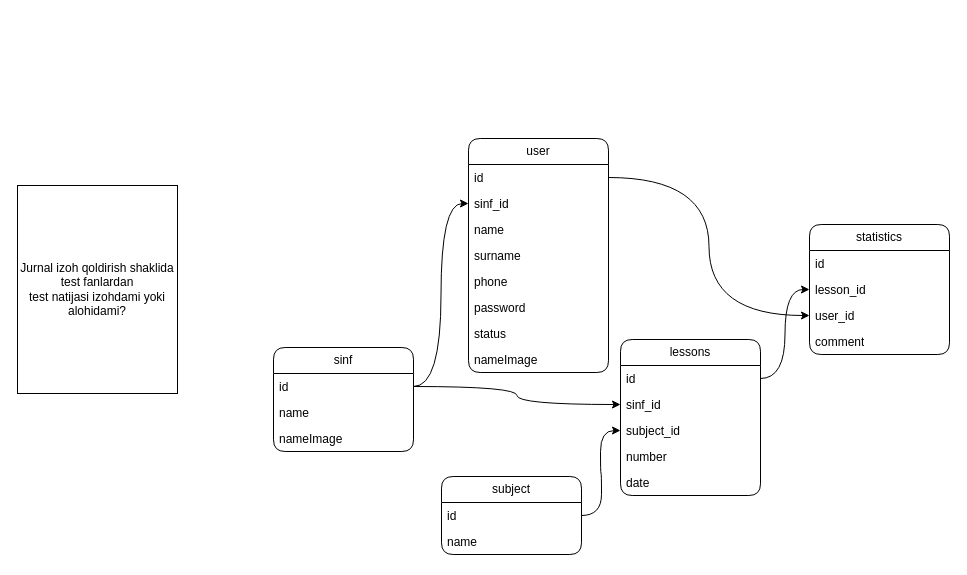
Earlier version of the draw.io diagram Ixlos.drawio (MardonAslonov/DrawIo). Source tidied: cells renumbered, new cells numbered last; positions are measured from the earlier drawing's top-left corner, leaving out a move shared by most shapes. Both pictures are drawn from the tidied source at 100%, with x=0, y=0 at pixel (17, 138).
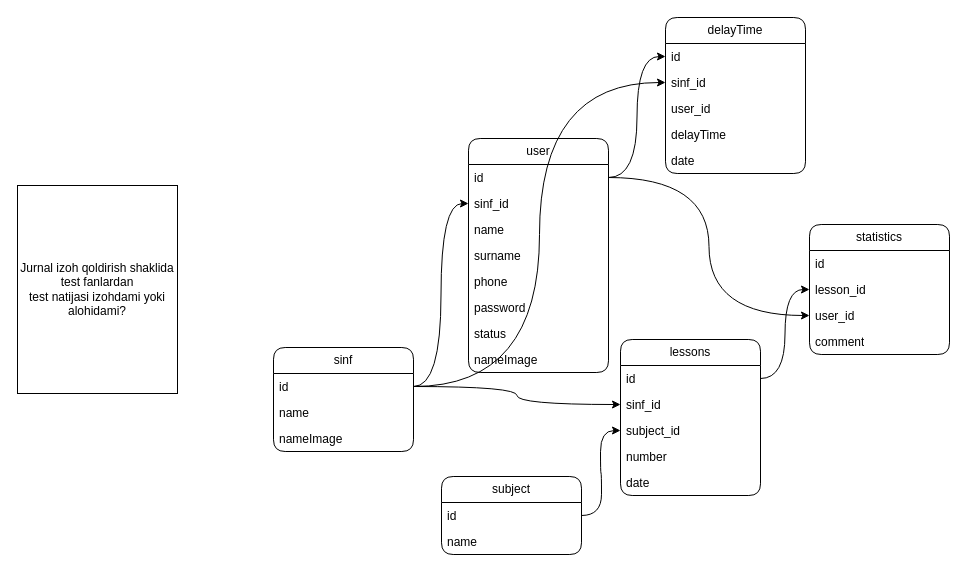
Above is the later version.

Unchanged cells that the change refers to:
```xml
<mxCell id="3" value="id" style="text;strokeColor=none;fillColor=none;align=left;verticalAlign=top;spacingLeft=4;spacingRight=4;overflow=hidden;points=[[0,0.5],[1,0.5]];portConstraint=eastwest;whiteSpace=wrap;html=1;" parent="2" vertex="1">
  <mxGeometry y="26" width="140" height="26" as="geometry" />
</mxCell>
<mxCell id="21" value="id" style="text;strokeColor=none;fillColor=none;align=left;verticalAlign=top;spacingLeft=4;spacingRight=4;overflow=hidden;points=[[0,0.5],[1,0.5]];portConstraint=eastwest;whiteSpace=wrap;html=1;" parent="20" vertex="1">
  <mxGeometry y="26" width="140" height="26" as="geometry" />
</mxCell>
```

Diff of the diagram source:
```diff
@@
+    <mxCell id="35" value="delayTime" style="swimlane;fontStyle=0;horizontal=1;startSize=26;fillColor=none;whiteSpace=wrap;html=1;rounded=1;" parent="1" vertex="1">
+      <mxGeometry x="648" y="-121" width="140" height="156" as="geometry" />
+    </mxCell>
+    <mxCell id="36" value="id" style="text;strokeColor=none;fillColor=none;align=left;verticalAlign=top;spacingLeft=4;spacingRight=4;overflow=hidden;points=[[0,0.5],[1,0.5]];portConstraint=eastwest;whiteSpace=wrap;html=1;" parent="35" vertex="1">
+      <mxGeometry y="26" width="140" height="26" as="geometry" />
+    </mxCell>
+    <mxCell id="37" value="sinf_id" style="text;strokeColor=none;fillColor=none;align=left;verticalAlign=top;spacingLeft=4;spacingRight=4;overflow=hidden;points=[[0,0.5],[1,0.5]];portConstraint=eastwest;whiteSpace=wrap;html=1;" parent="35" vertex="1">
+      <mxGeometry y="52" width="140" height="26" as="geometry" />
+    </mxCell>
+    <mxCell id="38" value="user_id" style="text;strokeColor=none;fillColor=none;align=left;verticalAlign=top;spacingLeft=4;spacingRight=4;overflow=hidden;whiteSpace=wrap;html=1;" parent="35" vertex="1">
+      <mxGeometry y="78" width="140" height="26" as="geometry" />
+    </mxCell>
+    <mxCell id="39" value="delayTime" style="text;strokeColor=none;fillColor=none;align=left;verticalAlign=top;spacingLeft=4;spacingRight=4;overflow=hidden;whiteSpace=wrap;html=1;" parent="35" vertex="1">
+      <mxGeometry y="104" width="140" height="26" as="geometry" />
+    </mxCell>
+    <mxCell id="40" value="date" style="text;strokeColor=none;fillColor=none;align=left;verticalAlign=top;spacingLeft=4;spacingRight=4;overflow=hidden;whiteSpace=wrap;html=1;" parent="35" vertex="1">
+      <mxGeometry y="130" width="140" height="26" as="geometry" />
+    </mxCell>
+    <mxCell id="41" style="edgeStyle=orthogonalEdgeStyle;rounded=0;jettySize=auto;html=1;entryX=0;entryY=0.5;entryDx=0;entryDy=0;curved=1;" parent="1" edge="1" source="3" target="36">
+      <mxGeometry relative="1" as="geometry" />
+    </mxCell>
+    <mxCell id="42" style="edgeStyle=orthogonalEdgeStyle;rounded=0;jettySize=auto;html=1;entryX=0;entryY=0.5;entryDx=0;entryDy=0;curved=1;" parent="1" edge="1" source="21" target="37">
+      <mxGeometry relative="1" as="geometry" />
+    </mxCell>
```
